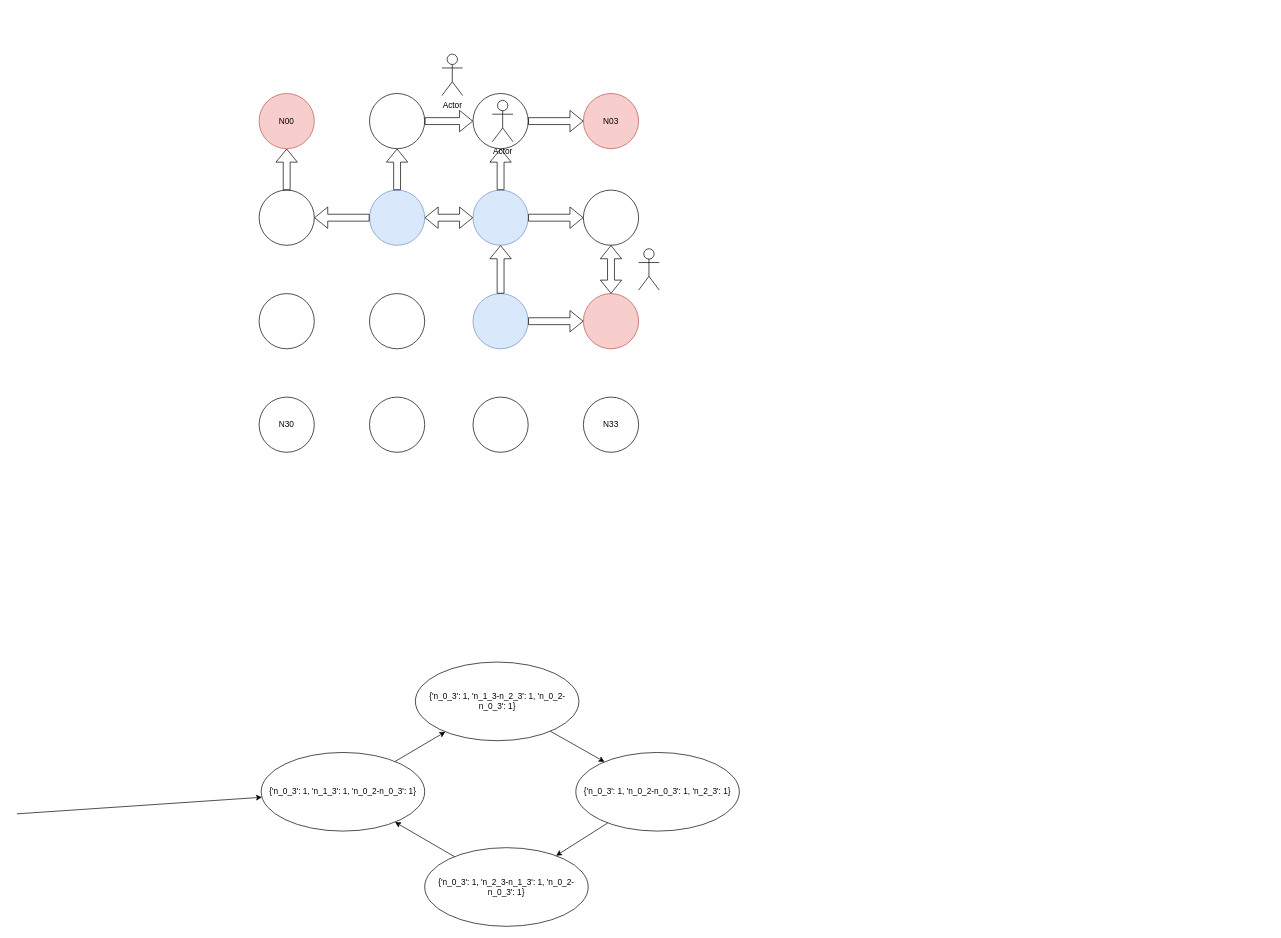
Earlier version of the draw.io diagram 4x4_topo_map.drawio (YifengWei1999/4YP_diagrams). Source tidied: cells renumbered, new cells numbered last; positions are measured from the earlier drawing's top-left corner, leaving out a move shared by most shapes. Both pictures are drawn from the tidied source at 69%, with x=0, y=0 at pixel (17, 54). Pictures stored in the file or linked from it are replaced by grey dashed boxes.
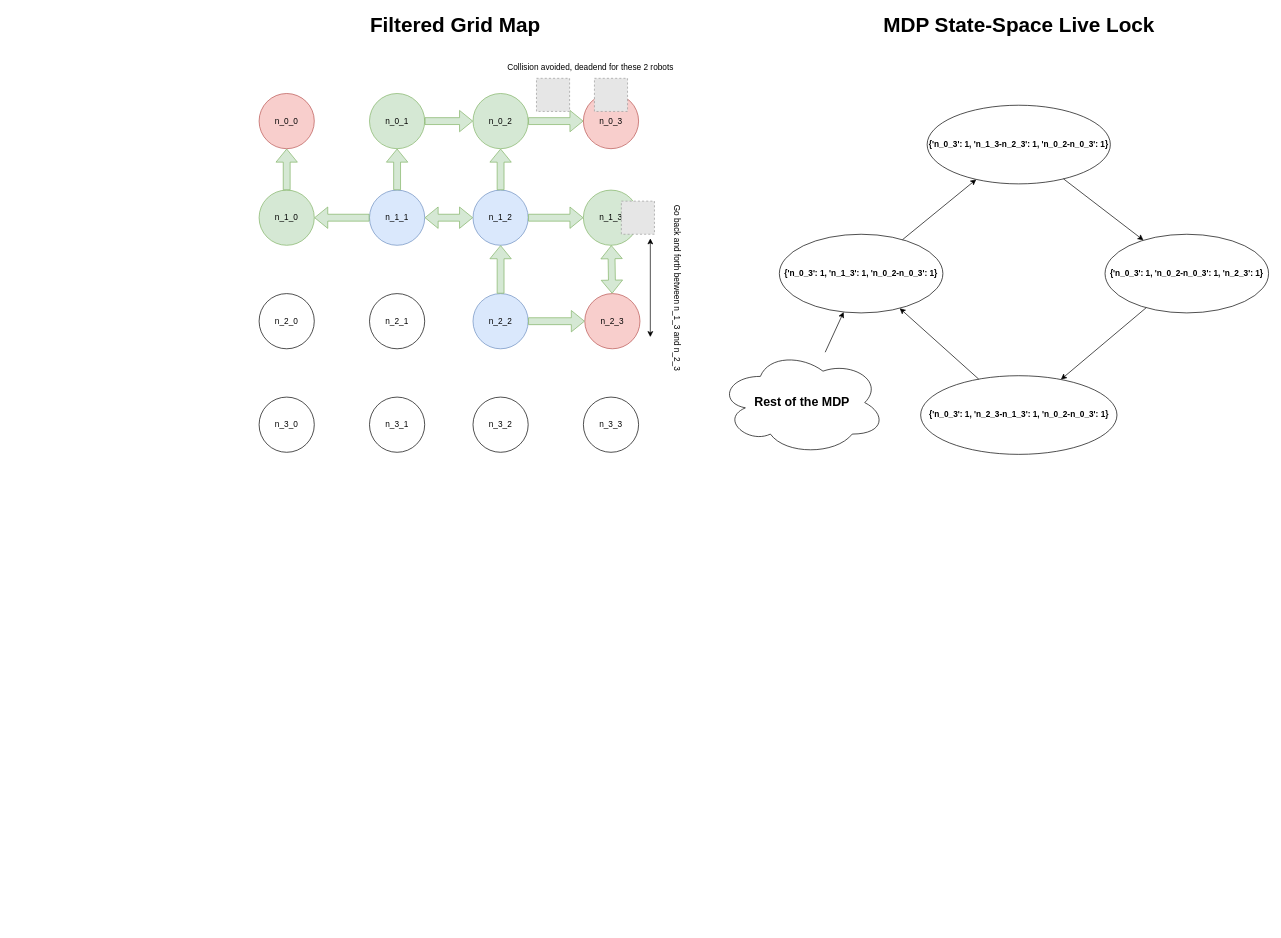
Above is the later version.

The edit, as a diff of the source:
```diff
@@
-    <mxCell id="2" value="N00" style="ellipse;whiteSpace=wrap;html=1;fillColor=#f8cecc;strokeColor=#b85450;" parent="1" vertex="1">
+    <mxCell id="2" value="n_0_0" style="ellipse;whiteSpace=wrap;html=1;fillColor=#f8cecc;strokeColor=#b85450;" parent="1" vertex="1">
       <mxGeometry x="351" y="57" width="80" height="80" as="geometry" />
     </mxCell>
-    <mxCell id="3" style="ellipse;whiteSpace=wrap;html=1;" parent="1" vertex="1">
+    <mxCell id="3" value="n_1_0" style="ellipse;whiteSpace=wrap;html=1;fillColor=#d5e8d4;strokeColor=#82b366;" parent="1" vertex="1">
       <mxGeometry x="351" y="197" width="80" height="80" as="geometry" />
     </mxCell>
-    <mxCell id="4" style="ellipse;whiteSpace=wrap;html=1;" parent="1" vertex="1">
+    <mxCell id="4" value="n_2_0" style="ellipse;whiteSpace=wrap;html=1;" parent="1" vertex="1">
       <mxGeometry x="351" y="347" width="80" height="80" as="geometry" />
     </mxCell>
-    <mxCell id="5" value="N30" style="ellipse;whiteSpace=wrap;html=1;" parent="1" vertex="1">
+    <mxCell id="5" value="n_3_0" style="ellipse;whiteSpace=wrap;html=1;" parent="1" vertex="1">
       <mxGeometry x="351" y="497" width="80" height="80" as="geometry" />
     </mxCell>
-    <mxCell id="6" style="ellipse;whiteSpace=wrap;html=1;" parent="1" vertex="1">
+    <mxCell id="6" value="n_0_1" style="ellipse;whiteSpace=wrap;html=1;fillColor=#d5e8d4;strokeColor=#82b366;" parent="1" vertex="1">
       <mxGeometry x="511" y="57" width="80" height="80" as="geometry" />
     </mxCell>
-    <mxCell id="7" style="ellipse;whiteSpace=wrap;html=1;" parent="1" vertex="1">
+    <mxCell id="7" value="n_0_2" style="ellipse;whiteSpace=wrap;html=1;fillColor=#d5e8d4;strokeColor=#82b366;" parent="1" vertex="1">
       <mxGeometry x="661" y="57" width="80" height="80" as="geometry" />
     </mxCell>
-    <mxCell id="8" value="N03" style="ellipse;whiteSpace=wrap;html=1;fillColor=#f8cecc;strokeColor=#b85450;" parent="1" vertex="1">
+    <mxCell id="8" value="n_0_3" style="ellipse;whiteSpace=wrap;html=1;fillColor=#f8cecc;strokeColor=#b85450;" parent="1" vertex="1">
       <mxGeometry x="821" y="57" width="80" height="80" as="geometry" />
     </mxCell>
-    <mxCell id="9" style="ellipse;whiteSpace=wrap;html=1;fillColor=#dae8fc;strokeColor=#6c8ebf;" parent="1" vertex="1">
+    <mxCell id="9" value="n_1_1" style="ellipse;whiteSpace=wrap;html=1;fillColor=#dae8fc;strokeColor=#6c8ebf;" parent="1" vertex="1">
       <mxGeometry x="511" y="197" width="80" height="80" as="geometry" />
     </mxCell>
-    <mxCell id="10" style="ellipse;whiteSpace=wrap;html=1;fillColor=#dae8fc;strokeColor=#6c8ebf;" parent="1" vertex="1">
+    <mxCell id="10" value="n_1_2" style="ellipse;whiteSpace=wrap;html=1;fillColor=#dae8fc;strokeColor=#6c8ebf;" parent="1" vertex="1">
       <mxGeometry x="661" y="197" width="80" height="80" as="geometry" />
     </mxCell>
-    <mxCell id="11" style="ellipse;whiteSpace=wrap;html=1;" parent="1" vertex="1">
+    <mxCell id="11" value="n_1_3" style="ellipse;whiteSpace=wrap;html=1;fillColor=#d5e8d4;strokeColor=#82b366;" parent="1" vertex="1">
       <mxGeometry x="821" y="197" width="80" height="80" as="geometry" />
     </mxCell>
-    <mxCell id="12" style="ellipse;whiteSpace=wrap;html=1;" parent="1" vertex="1">
+    <mxCell id="12" value="n_2_1" style="ellipse;whiteSpace=wrap;html=1;" parent="1" vertex="1">
       <mxGeometry x="511" y="347" width="80" height="80" as="geometry" />
     </mxCell>
-    <mxCell id="13" style="ellipse;whiteSpace=wrap;html=1;fillColor=#dae8fc;strokeColor=#6c8ebf;" parent="1" vertex="1">
+    <mxCell id="13" value="n_2_2" style="ellipse;whiteSpace=wrap;html=1;fillColor=#dae8fc;strokeColor=#6c8ebf;" parent="1" vertex="1">
       <mxGeometry x="661" y="347" width="80" height="80" as="geometry" />
     </mxCell>
-    <mxCell id="14" style="ellipse;whiteSpace=wrap;html=1;fillColor=#f8cecc;strokeColor=#b85450;" parent="1" vertex="1">
-      <mxGeometry x="821" y="347" width="80" height="80" as="geometry" />
+    <mxCell id="14" value="n_2_3" style="ellipse;whiteSpace=wrap;html=1;fillColor=#f8cecc;strokeColor=#b85450;" parent="1" vertex="1">
+      <mxGeometry x="823" y="347" width="80" height="80" as="geometry" />
     </mxCell>
-    <mxCell id="15" style="ellipse;whiteSpace=wrap;html=1;" parent="1" vertex="1">
+    <mxCell id="15" value="n_3_1" style="ellipse;whiteSpace=wrap;html=1;" parent="1" vertex="1">
       <mxGeometry x="511" y="497" width="80" height="80" as="geometry" />
     </mxCell>
-    <mxCell id="16" style="ellipse;whiteSpace=wrap;html=1;" parent="1" vertex="1">
+    <mxCell id="16" value="n_3_2" style="ellipse;whiteSpace=wrap;html=1;" parent="1" vertex="1">
       <mxGeometry x="661" y="497" width="80" height="80" as="geometry" />
     </mxCell>
-    <mxCell id="17" value="N33" style="ellipse;whiteSpace=wrap;html=1;" parent="1" vertex="1">
+    <mxCell id="17" value="n_3_3" style="ellipse;whiteSpace=wrap;html=1;" parent="1" vertex="1">
       <mxGeometry x="821" y="497" width="80" height="80" as="geometry" />
     </mxCell>
-    <mxCell id="18" style="shape=flexArrow;endArrow=classic;html=1;" parent="1" edge="1" source="9" target="6">
+    <mxCell id="18" style="shape=flexArrow;endArrow=classic;html=1;fillColor=#d5e8d4;strokeColor=#82b366;" parent="1" edge="1" source="9" target="6">
       <mxGeometry relative="1" as="geometry" />
     </mxCell>
-    <mxCell id="19" style="shape=flexArrow;endArrow=classic;html=1;" parent="1" edge="1" source="9" target="3">
+    <mxCell id="19" style="shape=flexArrow;endArrow=classic;html=1;fillColor=#d5e8d4;strokeColor=#82b366;" parent="1" edge="1" source="9" target="3">
       <mxGeometry relative="1" as="geometry" />
     </mxCell>
-    <mxCell id="20" style="shape=flexArrow;endArrow=classic;html=1;entryX=0.5;entryY=1;entryDx=0;entryDy=0;" parent="1" edge="1" source="13" target="10">
+    <mxCell id="20" style="shape=flexArrow;endArrow=classic;html=1;entryX=0.5;entryY=1;entryDx=0;entryDy=0;fillColor=#d5e8d4;strokeColor=#82b366;" parent="1" edge="1" source="13" target="10">
       <mxGeometry relative="1" as="geometry" />
     </mxCell>
-    <mxCell id="21" style="shape=flexArrow;endArrow=classic;html=1;" parent="1" edge="1" source="6" target="7">
+    <mxCell id="21" style="shape=flexArrow;endArrow=classic;html=1;fillColor=#d5e8d4;strokeColor=#82b366;" parent="1" edge="1" source="6" target="7">
       <mxGeometry relative="1" as="geometry" />
     </mxCell>
-    <mxCell id="22" style="shape=flexArrow;endArrow=classic;html=1;" parent="1" edge="1" source="7" target="8">
+    <mxCell id="22" style="shape=flexArrow;endArrow=classic;html=1;fillColor=#d5e8d4;strokeColor=#82b366;" parent="1" edge="1" source="7" target="8">
       <mxGeometry relative="1" as="geometry" />
     </mxCell>
-    <mxCell id="23" style="shape=flexArrow;endArrow=classic;html=1;" parent="1" edge="1" source="10" target="7">
+    <mxCell id="23" style="shape=flexArrow;endArrow=classic;html=1;fillColor=#d5e8d4;strokeColor=#82b366;" parent="1" edge="1" source="10" target="7">
       <mxGeometry relative="1" as="geometry" />
     </mxCell>
-    <mxCell id="24" style="shape=flexArrow;endArrow=classic;html=1;" parent="1" edge="1" source="13" target="14">
+    <mxCell id="24" style="shape=flexArrow;endArrow=classic;html=1;fillColor=#d5e8d4;strokeColor=#82b366;" parent="1" edge="1" source="13" target="14">
       <mxGeometry relative="1" as="geometry" />
     </mxCell>
-    <mxCell id="25" style="shape=flexArrow;endArrow=classic;html=1;" parent="1" edge="1" source="10" target="11">
+    <mxCell id="25" style="shape=flexArrow;endArrow=classic;html=1;fillColor=#d5e8d4;strokeColor=#82b366;" parent="1" edge="1" source="10" target="11">
       <mxGeometry relative="1" as="geometry" />
     </mxCell>
-    <mxCell id="26" value="Actor" style="shape=umlActor;verticalLabelPosition=bottom;verticalAlign=top;html=1;" parent="1" vertex="1">
-      <mxGeometry x="689" y="67" width="30" height="60" as="geometry" />
-    </mxCell>
-    <mxCell id="27" value="Actor" style="shape=umlActor;verticalLabelPosition=bottom;verticalAlign=top;html=1;" parent="1" vertex="1">
-      <mxGeometry x="616" width="30" height="60" as="geometry" />
-    </mxCell>
-    <mxCell id="28" value="{'n_0_3': 1, 'n_1_3': 1, 'n_0_2-n_0_3': 1}" style="ellipse;whiteSpace=wrap;html=1;" parent="1" vertex="1">
-      <mxGeometry x="354" y="1012" width="237" height="114" as="geometry" />
+    <mxCell id="28" value="&lt;b&gt;{'n_0_3': 1, 'n_1_3': 1, 'n_0_2-n_0_3': 1}&lt;/b&gt;" style="ellipse;whiteSpace=wrap;html=1;" parent="1" vertex="1">
+      <mxGeometry x="1105" y="261" width="237" height="114" as="geometry" />
     </mxCell>
-    <mxCell id="29" value="{'n_0_3': 1, 'n_1_3-n_2_3': 1, 'n_0_2-n_0_3': 1}" style="ellipse;whiteSpace=wrap;html=1;" parent="1" vertex="1">
-      <mxGeometry x="577.5" y="881" width="237" height="114" as="geometry" />
+    <mxCell id="29" value="&lt;b&gt;{'n_0_3': 1, 'n_1_3-n_2_3': 1, 'n_0_2-n_0_3': 1}&lt;/b&gt;" style="ellipse;whiteSpace=wrap;html=1;" parent="1" vertex="1">
+      <mxGeometry x="1319.2" y="74" width="265.5" height="114" as="geometry" />
     </mxCell>
-    <mxCell id="30" value="{'n_0_3': 1, 'n_0_2-n_0_3': 1, 'n_2_3': 1}" style="ellipse;whiteSpace=wrap;html=1;" parent="1" vertex="1">
-      <mxGeometry x="810" y="1012" width="237" height="114" as="geometry" />
+    <mxCell id="30" value="&lt;b&gt;{'n_0_3': 1, 'n_0_2-n_0_3': 1, 'n_2_3': 1}&lt;/b&gt;" style="ellipse;whiteSpace=wrap;html=1;" parent="1" vertex="1">
+      <mxGeometry x="1577" y="261" width="237" height="114" as="geometry" />
     </mxCell>
-    <mxCell id="31" value="{'n_0_3': 1, 'n_2_3-n_1_3': 1, 'n_0_2-n_0_3': 1}" style="ellipse;whiteSpace=wrap;html=1;" parent="1" vertex="1">
-      <mxGeometry x="591" y="1150" width="237" height="114" as="geometry" />
+    <mxCell id="31" value="&lt;b&gt;{'n_0_3': 1, 'n_2_3-n_1_3': 1, 'n_0_2-n_0_3': 1}&lt;/b&gt;" style="ellipse;whiteSpace=wrap;html=1;" parent="1" vertex="1">
+      <mxGeometry x="1309.8" y="466" width="284.5" height="114" as="geometry" />
     </mxCell>
@@
-    <mxCell id="36" style="endArrow=classic;html=1;" parent="1" edge="1" target="28">
-      <mxGeometry relative="1" as="geometry">
-        <mxPoint y="1101" as="sourcePoint" />
-      </mxGeometry>
+    <mxCell id="36" style="endArrow=classic;html=1;" parent="1" edge="1" source="49" target="28">
+      <mxGeometry relative="1" as="geometry" />
     </mxCell>
-    <mxCell id="37" style="shape=umlActor;verticalLabelPosition=bottom;verticalAlign=top;html=1;" parent="1" vertex="1">
-      <mxGeometry x="901" y="282" width="30" height="60" as="geometry" />
-    </mxCell>
-    <mxCell id="38" style="shape=flexArrow;endArrow=classic;startArrow=classic;html=1;" parent="1" edge="1" source="14" target="11">
+    <mxCell id="38" style="shape=flexArrow;endArrow=classic;startArrow=classic;html=1;fillColor=#d5e8d4;strokeColor=#82b366;" parent="1" edge="1" source="14" target="11">
       <mxGeometry relative="1" as="geometry" />
     </mxCell>
-    <mxCell id="39" style="shape=flexArrow;endArrow=classic;startArrow=classic;html=1;" parent="1" edge="1" source="9" target="10">
+    <mxCell id="39" style="shape=flexArrow;endArrow=classic;startArrow=classic;html=1;fillColor=#d5e8d4;strokeColor=#82b366;" parent="1" edge="1" source="9" target="10">
       <mxGeometry relative="1" as="geometry" />
     </mxCell>
-    <mxCell id="40" style="shape=flexArrow;endArrow=classic;html=1;" parent="1" edge="1" source="3" target="2">
+    <mxCell id="40" style="shape=flexArrow;endArrow=classic;html=1;fillColor=#d5e8d4;strokeColor=#82b366;" parent="1" edge="1" source="3" target="2">
       <mxGeometry relative="1" as="geometry" />
     </mxCell>
+    <mxCell id="41" style="fillColor=#E6E6E6;strokeColor=#999999;dashed=1;html=1;verticalAlign=top;verticalLabelPosition=bottom;labelBackgroundColor=#ffffff;" parent="1" vertex="1">
+      <mxGeometry x="876" y="213" width="48" height="48" as="geometry" />
+    </mxCell>
+    <mxCell id="42" style="fillColor=#E6E6E6;strokeColor=#999999;dashed=1;html=1;verticalAlign=top;verticalLabelPosition=bottom;labelBackgroundColor=#ffffff;" parent="1" vertex="1">
+      <mxGeometry x="837" y="35" width="48" height="48" as="geometry" />
+    </mxCell>
+    <mxCell id="43" style="fillColor=#E6E6E6;strokeColor=#999999;dashed=1;html=1;verticalAlign=top;verticalLabelPosition=bottom;labelBackgroundColor=#ffffff;" parent="1" vertex="1">
+      <mxGeometry x="753" y="35" width="48" height="48" as="geometry" />
+    </mxCell>
+    <mxCell id="44" value="Collision avoided, deadend for these 2 robots" style="text;html=1;align=center;verticalAlign=middle;strokeColor=none;" parent="1" vertex="1">
+      <mxGeometry x="705" y="11" width="251" height="18" as="geometry" />
+    </mxCell>
+    <mxCell id="45" value="Go back and forth between n_1_3 and n_2_3" style="text;html=1;align=center;verticalAlign=middle;strokeColor=none;rotation=90;" parent="1" vertex="1">
+      <mxGeometry x="832" y="329" width="251" height="18" as="geometry" />
+    </mxCell>
+    <mxCell id="46" value="&lt;b&gt;&lt;font style=&quot;font-size: 30px&quot;&gt;Filtered Grid Map&lt;/font&gt;&lt;/b&gt;" style="text;html=1;align=center;verticalAlign=middle;strokeColor=none;" parent="1" vertex="1">
+      <mxGeometry x="506" y="-56" width="257" height="25" as="geometry" />
+    </mxCell>
+    <mxCell id="47" style="endArrow=classic;startArrow=classic;html=1;" parent="1" edge="1">
+      <mxGeometry relative="1" as="geometry">
+        <mxPoint x="918" y="410" as="sourcePoint" />
+        <mxPoint x="918" y="267" as="targetPoint" />
+      </mxGeometry>
+    </mxCell>
+    <mxCell id="48" value="&lt;b&gt;&lt;font style=&quot;font-size: 30px&quot;&gt;MDP State-Space Live Lock&lt;/font&gt;&lt;/b&gt;" style="text;html=1;align=center;verticalAlign=middle;strokeColor=none;" parent="1" vertex="1">
+      <mxGeometry x="1250.5" y="-56" width="403" height="25" as="geometry" />
+    </mxCell>
+    <mxCell id="49" value="&lt;b&gt;&lt;font style=&quot;font-size: 18px&quot;&gt;Rest of the MDP&lt;/font&gt;&lt;/b&gt;" style="ellipse;shape=cloud;whiteSpace=wrap;html=1;" parent="1" vertex="1">
+      <mxGeometry x="1017" y="429" width="242" height="152" as="geometry" />
+    </mxCell>
```
